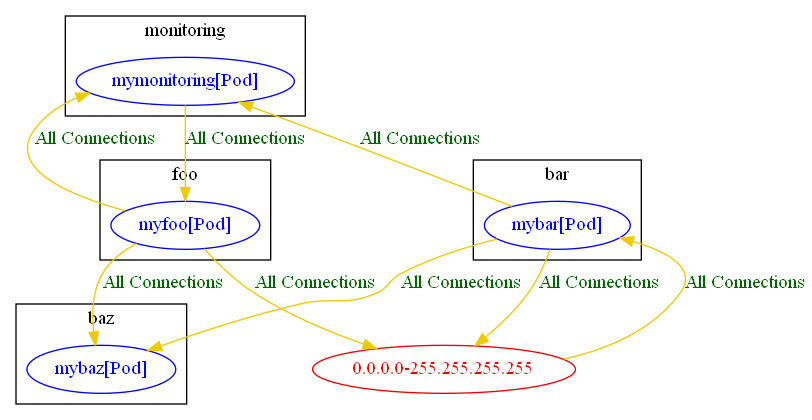
Above: test_outputs/connlist/anp_banp_blog_demo_focus_workload_myfoo_mybar_connlist_output.dot.png in np-guard/netpol-analyzer (Graphviz), before the change. Its source is kept beside it as test_outputs/connlist/anp_banp_blog_demo_focus_workload_myfoo_mybar_connlist_output.dot.
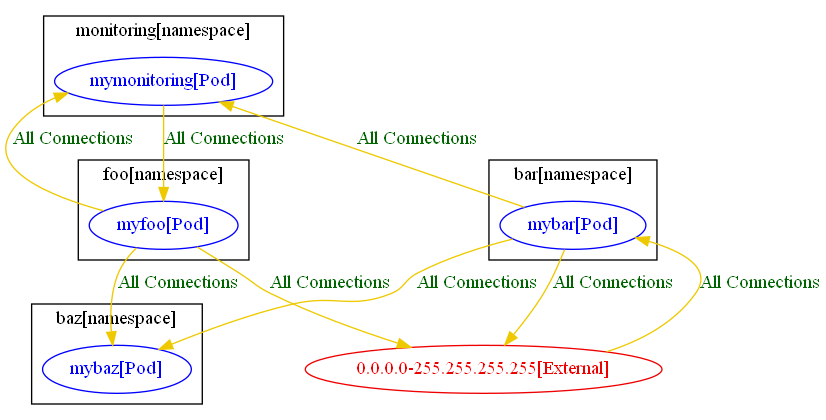
The same file after the commit.

Change to the diagram source:
```diff
@@ -1,34 +1,34 @@
 digraph {
-	subgraph "cluster_bar" {
+	subgraph "cluster_bar[namespace]" {
 		color="black"
 		fontcolor="black"
 		"bar/mybar[Pod]" [label="mybar[Pod]" color="blue" fontcolor="blue"]
-		label="bar"
+		label="bar[namespace]"
 	}
-	subgraph "cluster_baz" {
+	subgraph "cluster_baz[namespace]" {
 		color="black"
 		fontcolor="black"
 		"baz/mybaz[Pod]" [label="mybaz[Pod]" color="blue" fontcolor="blue"]
-		label="baz"
+		label="baz[namespace]"
 	}
-	subgraph "cluster_foo" {
+	subgraph "cluster_foo[namespace]" {
 		color="black"
 		fontcolor="black"
 		"foo/myfoo[Pod]" [label="myfoo[Pod]" color="blue" fontcolor="blue"]
-		label="foo"
+		label="foo[namespace]"
 	}
-	subgraph "cluster_monitoring" {
+	subgraph "cluster_monitoring[namespace]" {
 		color="black"
 		fontcolor="black"
 		"monitoring/mymonitoring[Pod]" [label="mymonitoring[Pod]" color="blue" fontcolor="blue"]
-		label="monitoring"
+		label="monitoring[namespace]"
 	}
-	"0.0.0.0-255.255.255.255" [label="0.0.0.0-255.255.255.255" color="red2" fontcolor="red2"]
-	"0.0.0.0-255.255.255.255" -> "bar/mybar[Pod]" [label="All Connections" color="gold2" fontcolor="darkgreen" weight=0.5]
-	"bar/mybar[Pod]" -> "0.0.0.0-255.255.255.255" [label="All Connections" color="gold2" fontcolor="darkgreen" weight=1]
+	"0.0.0.0-255.255.255.255[External]" [label="0.0.0.0-255.255.255.255[External]" color="red2" fontcolor="red2"]
+	"0.0.0.0-255.255.255.255[External]" -> "bar/mybar[Pod]" [label="All Connections" color="gold2" fontcolor="darkgreen" weight=0.5]
+	"bar/mybar[Pod]" -> "0.0.0.0-255.255.255.255[External]" [label="All Connections" color="gold2" fontcolor="darkgreen" weight=1]
 	"bar/mybar[Pod]" -> "baz/mybaz[Pod]" [label="All Connections" color="gold2" fontcolor="darkgreen" weight=0.5]
 	"bar/mybar[Pod]" -> "monitoring/mymonitoring[Pod]" [label="All Connections" color="gold2" fontcolor="darkgreen" weight=0.5]
-	"foo/myfoo[Pod]" -> "0.0.0.0-255.255.255.255" [label="All Connections" color="gold2" fontcolor="darkgreen" weight=1]
+	"foo/myfoo[Pod]" -> "0.0.0.0-255.255.255.255[External]" [label="All Connections" color="gold2" fontcolor="darkgreen" weight=1]
 	"foo/myfoo[Pod]" -> "baz/mybaz[Pod]" [label="All Connections" color="gold2" fontcolor="darkgreen" weight=1]
 	"foo/myfoo[Pod]" -> "monitoring/mymonitoring[Pod]" [label="All Connections" color="gold2" fontcolor="darkgreen" weight=0.5]
 	"monitoring/mymonitoring[Pod]" -> "foo/myfoo[Pod]" [label="All Connections" color="gold2" fontcolor="darkgreen" weight=1]
```
